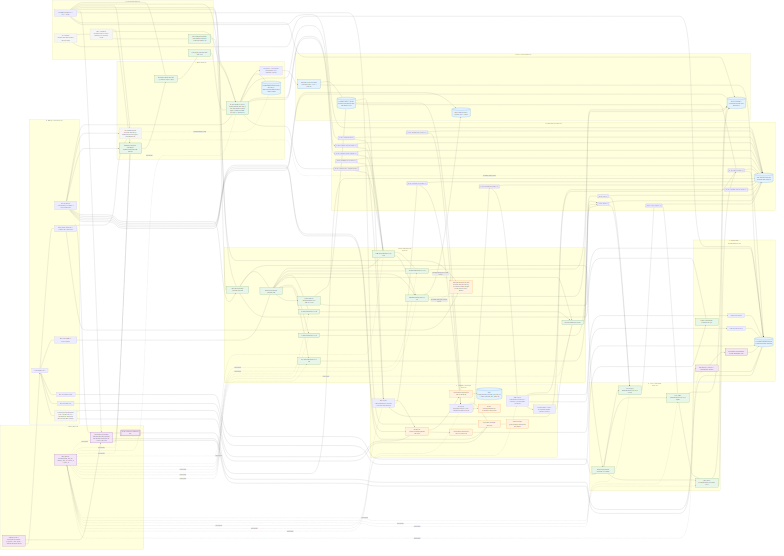
Above: docs/design/platform/dev_full/graph/dev_full_platform_network_current_v0.mermaid.png in EsosaOrumwese/fraud-detection-system (Mermaid), before the change. Its source is kept beside it as docs/design/platform/dev_full/graph/dev_full_platform_network_current_v0.mermaid.mmd.
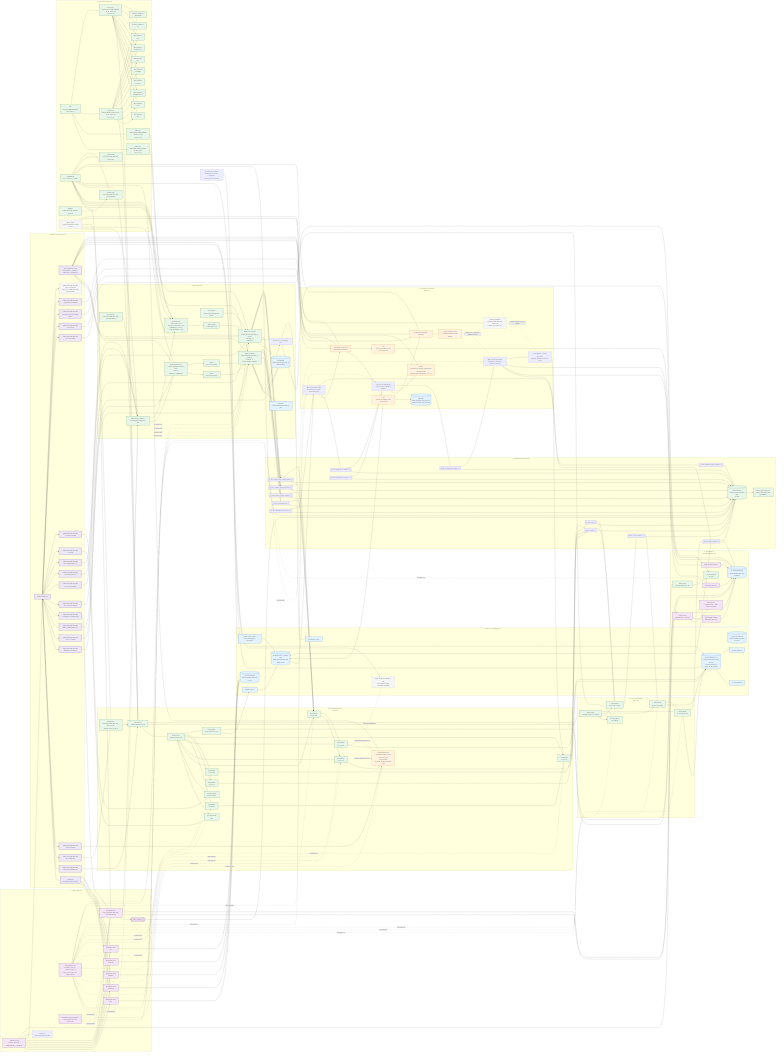
Later version of the same file.

Commit message:
Refine dev_full platform graphs and add new visualizations

What changed in the source:
```diff
@@ -5,27 +5,44 @@
 ---
 flowchart LR
 
+  EXT["External Data Engine<br>black-box upstream producer<br>feeds oracle-store only"]
+
   subgraph CONTROL["1. Control Network"]
-    CI["GitHub Actions + Terraform\nworkflow dispatch / infra apply / runtime materialization"]
-    SFN["Step Functions\nfraud-platform-dev-full-platform-run-v0\nrun orchestration + state transitions"]
-    CTRLTOPIC[["fp.bus.control.v1\ncontrol bus"]]
-    RUNID["Run identity pins\nplatform_run_id / scenario_run_id / phase_id / trace_id"]
+    GHA["GitHub Actions<br>workflow dispatch / bounded runs / teardown"]
+    TFCORE["Terraform stack<br>core"]
+    TFSTREAM["Terraform stack<br>streaming"]
+    TFRUNTIME["Terraform stack<br>runtime"]
+    TFDML["Terraform stack<br>data_ml"]
+    TFOPS["Terraform stack<br>ops"]
+    ECR["ECR repo<br>fraud-platform-dev-full"]
+    SFN["Step Functions<br>fraud-platform-dev-full-platform-run-v0"]
+    CTRLBUS[["fp.bus.control.v1"]]
+    RUNID["Run identity pins<br>platform_run_id / scenario_run_id<br>phase_id / trace_id / config_digest"]
+    RUNTIMEPATH["Runtime path governance<br>single active path per phase run"]
   end
 
   subgraph INGRESS["2. Ingress Network"]
-    WSP["WSP\nECS/Fargate ephemeral producer\ncurrent load injector"]
-    ALB["Internal ALB\nfp-dev-full-ig-svc\nlive ingress edge"]
-    IGSVC["IG Service\nECS service fraud-platform-dev-full-ig-service\ncurrent primary ingress runtime\n(idled: desired=0 / running=0)"]
-    IGLAMBDA["IG Lambda\nfraud-platform-dev-full-ig-handler\nretained ingress implementation"]
-    IGDDB[("DynamoDB\nfraud-platform-dev-full-ig-idempotency\nidempotency + admit ledger")]
-    IGRECEIPTS["IG receipts / quarantine refs\nobject-store evidence surfaces"]
+    WSPCLUSTER["ECS cluster<br>fraud-platform-dev-full-wsp-ephemeral"]
+    WSP["WSP replay producer<br>ECS/Fargate ephemeral task"]
+    HTTPAPI["HTTP API Gateway<br>fraud-platform-dev-full-ig-edge<br>stage v1<br>3000 rps / 6000 burst"]
+    APIR1["Route<br>POST /ingest/push"]
+    APIR2["Route<br>GET /ops/health"]
+    IGLAMBDA["Ingress Lambda<br>fraud-platform-dev-full-ig-handler<br>python3.12<br>Kafka-capable handler"]
+    IGSVC_CLUSTER["ECS cluster<br>fraud-platform-dev-full-ingress"]
+    ALB["Internal ALB<br>fp-dev-full-ig-svc<br>internal-fp-dev-full-ig-svc-1208840173.eu-west-2.elb.amazonaws.com"]
+    TG["Target group<br>fp-dev-full-ig-svc"]
+    IGSVC["Ingress ECS service<br>fraud-platform-dev-full-ig-service<br>task def :24<br>idled 0/0"]
+    IGDDB[("DynamoDB<br>fraud-platform-dev-full-ig-idempotency")]
+    IGDLQ["SQS DLQ<br>fraud-platform-dev-full-ig-dlq"]
+    IGRECEIPTS["IG receipts / quarantine refs"]
   end
 
   subgraph TRANSPORT["3. Event Transport Network"]
-    MSK[("MSK Serverless\nfraud-platform-dev-full-msk")]
+    MSK[("MSK Serverless<br>fraud-platform-dev-full-msk<br>ACTIVE")]
+    GLUEREG["Glue Schema Registry<br>fraud-platform-dev-full<br>BACKWARD"]
     TTRAFFIC[["fp.bus.traffic.fraud.v1"]]
-    TCTXEVENTS[["fp.bus.context.arrival_events.v1"]]
-    TCTXENT[["fp.bus.context.arrival_entities.v1"]]
+    TCTXE[["fp.bus.context.arrival_events.v1"]]
+    TCTXT[["fp.bus.context.arrival_entities.v1"]]
     TFLOW[["fp.bus.context.flow_anchor.fraud.v1"]]
     TRTDL[["fp.bus.rtdl.v1"]]
     TAUDIT[["fp.bus.audit.v1"]]
@@ -39,118 +56,190 @@
   end
 
   subgraph RTDL["4. Real-Time Decision Network"]
-    EKS["EKS cluster\nfraud-platform-dev-full"]
-    RTDLNS["Namespace\nfraud-platform-rtdl"]
-    CSFB["CSFB deployment\nfp-pr3-csfb"]
-    IEG["IEG deployment\nfp-pr3-ieg"]
-    OFP["OFP deployment\nfp-pr3-ofp"]
-    DL["DL deployment\nfp-pr3-dl"]
-    DF["DF deployment\nfp-pr3-df"]
-    AL["AL deployment\nfp-pr3-al"]
-    DLA["DLA deployment\nfp-pr3-dla"]
-    ARCHIVE["Archive Writer deployment\nfp-pr3-archive-writer"]
-    MSF["Managed Flink app\nfraud-platform-dev-full-rtdl-ieg-ofp-v0\nretained managed stream lane\n(status: READY)"]
+    EKS["EKS cluster<br>fraud-platform-dev-full"]
+    NG["Nodegroup<br>fraud-platform-dev-full-m6f-workers<br>idled min=0 desired=0"]
+    NSRTDL["Namespace<br>fraud-platform-rtdl"]
+    SARTDL["ServiceAccount<br>rtdl"]
+    SADEC["ServiceAccount<br>decision-lane"]
+    CSFB["Deployment<br>fp-pr3-csfb"]
+    IEG["Deployment<br>fp-pr3-ieg"]
+    OFP["Deployment<br>fp-pr3-ofp"]
+    DL["Deployment<br>fp-pr3-dl"]
+    DF["Deployment<br>fp-pr3-df"]
+    AL["Deployment<br>fp-pr3-al"]
+    DLA["Deployment<br>fp-pr3-dla"]
+    ARCHIVE["Deployment<br>fp-pr3-archive-writer"]
+    MSF["Managed Flink app<br>fraud-platform-dev-full-rtdl-ieg-ofp-v0<br>status READY<br>retained managed stream lane"]
   end
 
   subgraph CASELABEL["5. Case / Label Truth Network"]
-    CLNS["Namespace\nfraud-platform-case-labels"]
-    CASETRIG["Case Trigger deployment\nfp-pr3-case-trigger"]
-    CM["Case Mgmt deployment\nfp-pr3-case-mgmt"]
-    LS["Label Store deployment\nfp-pr3-label-store"]
+    NSCL["Namespace<br>fraud-platform-case-labels"]
+    SACL["ServiceAccount<br>case-labels"]
+    CASETRIG["Deployment<br>fp-pr3-case-trigger"]
+    CM["Deployment<br>fp-pr3-case-mgmt"]
+    LS["Deployment<br>fp-pr3-label-store"]
   end
 
   subgraph LEARN["6. Learning / Evolution Network"]
-    OFS["OFS logical component\ndataset build / replay materialization"]
-    MF["MF logical component\ntrain / eval / candidate bundle creation"]
-    MPR["MPR logical component\npromotion / rollback / active bundle resolution"]
-    DBX["Databricks workspace\nmanaged OFS substrate"]
-    DBXJOB1["Job\nfraud-platform-dev-full-ofs-build-v0"]
-    DBXJOB2["Job\nfraud-platform-dev-full-ofs-quality-v0"]
-    GLUE[("Glue Catalog\nfraud_platform_dev_full_ofs / fraud_platform_dev_full_m15")]
+    OFS["OFS logical component<br>dataset build / replay materialization"]
+    MF["MF logical component<br>train / eval / candidate bundle"]
+    MPR["MPR logical component<br>promotion / rollback / active resolution"]
+    DBX["Databricks workspace<br>managed OFS substrate"]
+    DBXBUILD["Job<br>fraud-platform-dev-full-ofs-build-v0"]
+    DBXQUAL["Job<br>fraud-platform-dev-full-ofs-quality-v0"]
+    GLUEDB[("Glue DBs<br>fraud_platform_dev_full_ofs<br>fraud_platform_dev_full_m15")]
     SM["SageMaker managed substrate"]
-    SMPKG["Model package group\nfraud-platform-dev-full-models"]
-    MLFLOW["MLflow tracking\nDatabricks-managed tracking URI"]
-    REGACTIVE["Active bundle / policy resolution\nruntime consume surface"]
+    SMPKG["Model package group<br>fraud-platform-dev-full-models"]
+    SMENDPT["Endpoint handle<br>fraud-platform-dev-full-online-v0<br>pinned, not active now"]
+    MLFLOW["MLflow<br>databricks-managed tracking URI<br>/Shared/fraud-platform/dev_full/mlflow_exp_v0"]
+    REGACTIVE["Active bundle / policy resolution<br>runtime-consumed registry truth"]
   end
 
   subgraph GOV["7. Governance / Provenance Network"]
-    OBSNS["Namespace\nfraud-platform-obs-gov"]
-    EVIDENCE[("S3 Evidence Bucket\nfraud-platform-dev-full-evidence")]
-    RUNCTL["Run control / receipts / conformance outputs"]
+    NSOBS["Namespace<br>fraud-platform-obs-gov"]
+    SAOBS["ServiceAccount<br>obs-gov"]
+    EVID[("S3 evidence bucket<br>fraud-platform-dev-full-evidence")]
+    RUNCTL["Run control<br>conformance / receipts"]
     PROMO["Promotion receipts"]
     ROLLBACK["Rollback drill receipts"]
-    GOVAPPEND["Governance append\nrun-scoped immutable facts"]
+    GOVAPPEND["Governance append<br>immutable run facts"]
+    REPORTS["Run reports<br>reconciliation / non-regression packs"]
   end
 
   subgraph IDENTITY["8. Identity / Trust Network"]
     OIDC["GitHub OIDC trust"]
-    SSM["SSM Parameter Store\nconfig + handles + service endpoints"]
-    ROLECTRL["Roles\nStep Functions / Lambda IG / Flink exec"]
-    ROLERTDL["IRSA roles\nRTDL + decision-lane"]
-    ROLECL["IRSA role\ncase-labels"]
-    ROLEOBS["IRSA role\nobs-gov"]
-    ROLELEARN["Learning roles\nSageMaker exec + Databricks cross-account\n(no dedicated EKS learning IRSA pinned)"]
+    SSM["SSM Parameter Store<br>service URLs / handles / endpoints / credentials"]
+    ROLETF["fraud-dev<br>Terraform apply identity"]
+    ROLEBASE["fraud-platform-dev-full-runtime-platform-base"]
+    ROLENODE["fraud-platform-dev-full-eks-nodegroup"]
+    ROLEFLINK["fraud-platform-dev-full-flink-execution"]
+    ROLELAMBDA["fraud-platform-dev-full-lambda-ig-execution"]
+    ROLEAPIGW["fraud-platform-dev-full-apigw-ig-invoke"]
+    ROLEDDB["fraud-platform-dev-full-ddb-ig-idempotency-rw"]
+    ROLESFN["fraud-platform-dev-full-stepfunctions-orchestrator"]
+    ROLEECSEXEC["fraud-platform-dev-full-ecs-ig-task-execution"]
+    ROLEECSRUNTIME["fraud-platform-dev-full-ecs-ig-task-runtime"]
+    ROLEWSPEXEC["fraud-platform-dev-full-ecs-task-exec-wsp"]
+    ROLEWSPRUN["fraud-platform-dev-full-ecs-task-runtime-wsp"]
+    ROLEIRSARTDL["fraud-platform-dev-full-irsa-rtdl"]
+    ROLEIRSADEC["fraud-platform-dev-full-irsa-decision-lane"]
+    ROLEIRSACL["fraud-platform-dev-full-irsa-case-labels"]
+    ROLEIRSAOBS["fraud-platform-dev-full-irsa-obs-gov"]
+    ROLEDBX["fraud-platform-dev-full-databricks-cross-account-access"]
+    ROLESM["fraud-platform-dev-full-sagemaker-execution"]
+    ROLEMWAA["fraud-platform-dev-full-mwaa-execution<br>role exists; MWAA env not materialized"]
   end
 
   subgraph STATE["9. State / Storage Network"]
-    OBJECTS[("S3 Object Store / Oracle Store\nfraud-platform-dev-full-object-store")]
-    AURORA[("Aurora Serverless v2\nfraud-platform-dev-full-aurora")]
-    REDIS[("Redis endpoint\nlow-latency state / cache")]
-    PLATFORMROOT["Platform store root\nrun-scoped artifacts / refs / archives"]
+    TFSTATE[("S3 tfstate bucket<br>fraud-platform-dev-full-tfstate")]
+    OBJ[("S3 object store / oracle store<br>fraud-platform-dev-full-object-store")]
+    ART[("S3 artifacts bucket<br>fraud-platform-dev-full-artifacts")]
+    ORACLE["oracle-store/ prefix<br>read-only runtime boundary"]
+    ARCHIVEPATH["archive/ prefix"]
+    QUARPATH["quarantine/ prefix"]
+    AURORA[("Aurora Serverless v2<br>fraud-platform-dev-full-aurora<br>aurora-postgresql<br>min 0.5 / max 4 ACU")]
+    AURW["writer endpoint"]
+    AURR["reader endpoint"]
+    REDISH["Redis endpoint handle in SSM<br>no live ElastiCache resource observed"]
   end
 
   subgraph OPS["10. Operational Network"]
-    CW["CloudWatch\nmetrics / logs / alarms"]
-    TG["ALB target group\nfp-dev-full-ig-svc"]
-    NODEGROUP["EKS nodegroup\nfraud-platform-dev-full-m6f-workers\n(idled to 0)"]
-    IDLE["Idle / teardown posture\nscale-to-zero / compute off when not active"]
-    COST["Cost control surfaces\nresidual spend + idle discipline"]
+    VPC["VPC<br>vpc-0e7f9d89e5d468c06<br>10.70.0.0/16"]
+    PUB1["public_01<br>subnet-08e1946cfe334701b<br>10.70.0.0/20<br>eu-west-2a"]
+    PUB2["public_02<br>subnet-0b2ca93fb063d5454<br>10.70.16.0/20<br>eu-west-2b"]
+    PRIV1["private_01<br>subnet-05eb1723a67aae130<br>10.70.128.0/20<br>eu-west-2a"]
+    PRIV2["private_02<br>subnet-01a14f74b3ee05cd2<br>10.70.144.0/20<br>eu-west-2b"]
+    VPCESTS["VPC endpoint<br>STS"]
+    VPCESSM["VPC endpoint<br>SSM"]
+    VPCELOGS["VPC endpoint<br>CloudWatch Logs"]
+    VPCEECRAPI["VPC endpoint<br>ECR API"]
+    VPCEECRDKR["VPC endpoint<br>ECR DKR"]
+    VPCEEC2["VPC endpoint<br>EC2"]
+    VPCEEXECAPI["VPC endpoint<br>execute-api"]
+    VPCESQS["VPC endpoint<br>SQS"]
+    VPCES3["Gateway endpoint<br>S3"]
+    VPCEDDB["Gateway endpoint<br>DynamoDB"]
+    CW["CloudWatch<br>logs / metrics / alarms"]
+    DASHOPS["Dashboard<br>fraud-platform-dev-full-operations"]
+    DASHCOST["Dashboard<br>fraud-platform-dev-full-cost-guardrail"]
+    BUDGET["Budget<br>fraud-platform-dev-full-monthly"]
+    IDLE["Idle posture<br>workload compute scaled to zero"]
   end
 
-  CI --> SFN
-  CI --> OIDC
-  SFN --> CTRLTOPIC
-  RUNID -. propagates .-> SFN
-  RUNID -. propagates .-> WSP
-  RUNID -. propagates .-> IGSVC
-  RUNID -. propagates .-> IGLAMBDA
-  RUNID -. propagates .-> CSFB
-  RUNID -. propagates .-> IEG
-  RUNID -. propagates .-> OFP
-  RUNID -. propagates .-> DL
-  RUNID -. propagates .-> DF
-  RUNID -. propagates .-> AL
-  RUNID -. propagates .-> DLA
-  RUNID -. propagates .-> CASETRIG
-  RUNID -. propagates .-> CM
-  RUNID -. propagates .-> LS
-  RUNID -. propagates .-> OFS
-  RUNID -. propagates .-> MF
-  RUNID -. propagates .-> MPR
-  RUNID -. propagates .-> RUNCTL
+  EXT --> ORACLE
 
+  GHA --> TFCORE
+  GHA --> TFSTREAM
+  GHA --> TFRUNTIME
+  GHA --> TFDML
+  GHA --> TFOPS
+  GHA --> SFN
+  GHA --> OIDC
+  GHA --> ECR
+  GHA --> RUNCTL
+  TFCORE --> TFSTATE
+  TFSTREAM --> TFSTATE
+  TFRUNTIME --> TFSTATE
+  TFDML --> TFSTATE
+  TFOPS --> TFSTATE
+  RUNID -. required pins .-> SFN
+  RUNID -. required pins .-> WSP
+  RUNID -. required pins .-> IGLAMBDA
+  RUNID -. required pins .-> IGSVC
+  RUNID -. required pins .-> CSFB
+  RUNID -. required pins .-> IEG
+  RUNID -. required pins .-> OFP
+  RUNID -. required pins .-> DL
+  RUNID -. required pins .-> DF
+  RUNID -. required pins .-> AL
+  RUNID -. required pins .-> DLA
+  RUNID -. required pins .-> CASETRIG
+  RUNID -. required pins .-> CM
+  RUNID -. required pins .-> LS
+  RUNID -. required pins .-> OFS
+  RUNID -. required pins .-> MF
+  RUNID -. required pins .-> MPR
+  RUNID -. required pins .-> REPORTS
+  RUNTIMEPATH -. selection rule .-> SFN
+  RUNTIMEPATH -. selection rule .-> IGLAMBDA
+  RUNTIMEPATH -. selection rule .-> IGSVC
+  RUNTIMEPATH -. selection rule .-> MSF
+  SFN --> CTRLBUS
   SFN --> RUNCTL
-  SFN --> EVIDENCE
+  SFN --> EVID
+  CTRLBUS --> MSK
   SFN --> WSP
+
+  WSPCLUSTER --> WSP
+  WSP --> HTTPAPI
   WSP --> ALB
+  HTTPAPI --> APIR1
+  HTTPAPI --> APIR2
+  APIR1 --> IGLAMBDA
+  APIR2 --> IGLAMBDA
   ALB --> TG
+  IGSVC_CLUSTER --> IGSVC
   TG --> IGSVC
-  IGLAMBDA -. retained ingress lane .-> IGDDB
-  IGLAMBDA -. retained ingress lane .-> MSK
+  IGLAMBDA --> IGDDB
+  IGLAMBDA --> IGDLQ
+  IGLAMBDA --> IGRECEIPTS
+  IGLAMBDA --> TTRAFFIC
+  IGLAMBDA --> TCTXE
+  IGLAMBDA --> TCTXT
+  IGLAMBDA --> TFLOW
   IGSVC --> IGDDB
   IGSVC --> IGRECEIPTS
-  IGRECEIPTS --> PLATFORMROOT
-  PLATFORMROOT --> OBJECTS
-  PLATFORMROOT --> EVIDENCE
+  IGSVC --> TTRAFFIC
+  IGSVC --> TCTXE
+  IGSVC --> TCTXT
+  IGSVC --> TFLOW
+  IGRECEIPTS --> EVID
+  IGRECEIPTS --> QUARPATH
 
-  IGSVC --> TTRAFFIC
-  IGSVC --> TCTXEVENTS
-  IGSVC --> TCTXENT
-  IGSVC --> TFLOW
-  CTRLTOPIC --> MSK
+  MSK --> GLUEREG
   TTRAFFIC --> MSK
-  TCTXEVENTS --> MSK
-  TCTXENT --> MSK
+  TCTXE --> MSK
+  TCTXT --> MSK
   TFLOW --> MSK
   TRTDL --> MSK
   TAUDIT --> MSK
@@ -162,41 +251,49 @@
   TMFEVT --> MSK
   TREG --> MSK
 
-  EKS --> RTDLNS
-  EKS --> CLNS
-  EKS --> OBSNS
-  NODEGROUP --> EKS
-  RTDLNS --> CSFB
-  RTDLNS --> IEG
-  RTDLNS --> OFP
-  RTDLNS --> DL
-  RTDLNS --> DF
-  RTDLNS --> AL
-  RTDLNS --> DLA
-  RTDLNS --> ARCHIVE
-  CLNS --> CASETRIG
-  CLNS --> CM
-  CLNS --> LS
-
+  VPC --> PUB1
+  VPC --> PUB2
+  VPC --> PRIV1
+  VPC --> PRIV2
+  PRIV1 --> EKS
+  PRIV2 --> EKS
+  NG --> EKS
+  EKS --> NSRTDL
+  NSRTDL --> SARTDL
+  NSRTDL --> SADEC
+  NSRTDL --> CSFB
+  NSRTDL --> IEG
+  NSRTDL --> OFP
+  NSRTDL --> DL
+  NSRTDL --> DF
+  NSRTDL --> AL
+  NSRTDL --> DLA
+  NSRTDL --> ARCHIVE
   TTRAFFIC --> CSFB
-  TCTXEVENTS --> CSFB
-  TCTXENT --> CSFB
+  TCTXE --> CSFB
+  TCTXT --> CSFB
   TFLOW --> CSFB
   CSFB --> IEG
   CSFB --> OFP
   IEG --> AURORA
-  OFP --> REDIS
   OFP --> AURORA
-  OFP -. retained managed stream parity .-> MSF
-  IEG -. retained managed stream parity .-> MSF
+  OFP -. endpoint handle only .-> REDISH
   DL --> DF
   DF --> TRTDL
   DF --> TAUDIT
   AL --> TAUDIT
   DLA --> TAUDIT
-  ARCHIVE --> OBJECTS
-  ARCHIVE --> EVIDENCE
+  ARCHIVE --> ARCHIVEPATH
+  ARCHIVEPATH --> OBJ
+  ARCHIVE --> EVID
+  IEG -. retained managed parity .-> MSF
+  OFP -. retained managed parity .-> MSF
 
+  EKS --> NSCL
+  NSCL --> SACL
+  NSCL --> CASETRIG
+  NSCL --> CM
+  NSCL --> LS
   TRTDL --> CASETRIG
   TAUDIT --> CASETRIG
   CASETRIG --> TCASE
@@ -205,18 +302,19 @@
   CM --> LS
   LS --> AURORA
   LS --> TLABELS
-  TLABELS --> OBJECTS
-  TLABELS --> EVIDENCE
+  TLABELS --> EVID
+  TLABELS --> OBJ
 
-  OBJECTS --> OFS
+  ORACLE --> OBJ
+  OBJ --> OFS
   TLABELS --> OFS
   TOFSREQ --> OFS
   OFS --> DBX
-  DBX --> DBXJOB1
-  DBX --> DBXJOB2
-  DBXJOB1 --> GLUE
-  DBXJOB1 --> OBJECTS
-  DBXJOB2 --> EVIDENCE
+  DBX --> DBXBUILD
+  DBX --> DBXQUAL
+  DBXBUILD --> GLUEDB
+  DBXBUILD --> OBJ
+  DBXQUAL --> EVID
   OFS --> TOFSEVT
   TOFSEVT --> MF
   TMFREQ --> MF
@@ -224,6 +322,8 @@
   MF --> MLFLOW
   MF --> TMFEVT
   SM --> SMPKG
+  SMPKG -. candidate / promoted bundle lineage .-> MPR
+  SMENDPT -. pinned runtime serving handle .-> REGACTIVE
   TMFEVT --> MPR
   MPR --> TREG
   MPR --> PROMO
@@ -231,57 +331,119 @@
   MPR --> REGACTIVE
   REGACTIVE --> DF
 
+  EKS --> NSOBS
+  NSOBS --> SAOBS
+  RUNCTL --> REPORTS
   RUNCTL --> GOVAPPEND
-  RUNCTL --> EVIDENCE
-  PROMO --> EVIDENCE
-  ROLLBACK --> EVIDENCE
-  GOVAPPEND --> EVIDENCE
+  RUNCTL --> EVID
+  PROMO --> EVID
+  ROLLBACK --> EVID
+  GOVAPPEND --> EVID
 
-  OIDC --> ROLECTRL
-  OIDC --> ROLERTDL
-  OIDC --> ROLECL
-  OIDC --> ROLEOBS
-  OIDC --> ROLELEARN
+  OIDC --> ROLETF
+  OIDC --> ROLEBASE
+  OIDC --> ROLENODE
+  OIDC --> ROLEFLINK
+  OIDC --> ROLELAMBDA
+  OIDC --> ROLEAPIGW
+  OIDC --> ROLEDDB
+  OIDC --> ROLESFN
+  OIDC --> ROLEECSEXEC
+  OIDC --> ROLEECSRUNTIME
+  OIDC --> ROLEWSPEXEC
+  OIDC --> ROLEWSPRUN
+  OIDC --> ROLEIRSARTDL
+  OIDC --> ROLEIRSADEC
+  OIDC --> ROLEIRSACL
+  OIDC --> ROLEIRSAOBS
+  OIDC --> ROLEDBX
+  OIDC --> ROLESM
+  OIDC --> ROLEMWAA
+
+  SSM --> HTTPAPI
+  SSM --> IGLAMBDA
   SSM --> IGSVC
-  SSM --> IGLAMBDA
-  SSM --> WSP
-  SSM --> EKS
+  SSM --> AURORA
+  SSM --> REDISH
   SSM --> DBX
+  SSM --> MLFLOW
   SSM --> SM
-  SSM --> REDIS
-  SSM --> AURORA
-  ROLECTRL --> SFN
-  ROLECTRL --> IGLAMBDA
-  ROLECTRL --> MSF
-  ROLERTDL --> RTDLNS
-  ROLECL --> CLNS
-  ROLEOBS --> OBSNS
-  ROLELEARN --> DBX
-  ROLELEARN --> SM
+  ROLETF --> TFCORE
+  ROLETF --> TFSTREAM
+  ROLETF --> TFRUNTIME
+  ROLETF --> TFDML
+  ROLETF --> TFOPS
+  ROLESFN --> SFN
+  ROLELAMBDA --> IGLAMBDA
+  ROLEAPIGW --> HTTPAPI
+  ROLEDDB --> IGDDB
+  ROLEECSEXEC --> IGSVC
+  ROLEECSRUNTIME --> IGSVC
+  ROLEWSPEXEC --> WSP
+  ROLEWSPRUN --> WSP
+  ROLEFLINK --> MSF
+  ROLENODE --> NG
+  ROLEBASE --> EKS
+  ROLEIRSARTDL --> SARTDL
+  ROLEIRSADEC --> SADEC
+  ROLEIRSACL --> SACL
+  ROLEIRSAOBS --> SAOBS
+  ROLEDBX --> DBX
+  ROLESM --> SM
 
+  PRIV1 --> VPCESTS
+  PRIV1 --> VPCESSM
+  PRIV1 --> VPCELOGS
+  PRIV1 --> VPCEECRAPI
+  PRIV1 --> VPCEECRDKR
+  PRIV1 --> VPCEEC2
+  PRIV1 --> VPCEEXECAPI
+  PRIV1 --> VPCESQS
+  PRIV1 --> VPCES3
+  PRIV1 --> VPCEDDB
+  PRIV2 --> VPCESTS
+  PRIV2 --> VPCESSM
+  PRIV2 --> VPCELOGS
+  PRIV2 --> VPCEECRAPI
+  PRIV2 --> VPCEECRDKR
+  PRIV2 --> VPCEEC2
+  PRIV2 --> VPCEEXECAPI
+  PRIV2 --> VPCESQS
+  PRIV2 --> VPCES3
+  PRIV2 --> VPCEDDB
+  PUB1 --> ALB
+  PUB2 --> ALB
+  AURORA --> AURW
+  AURORA --> AURR
+  CW --> SFN
+  CW --> HTTPAPI
+  CW --> IGLAMBDA
   CW --> ALB
   CW --> IGSVC
-  CW --> IGLAMBDA
   CW --> EKS
   CW --> MSF
-  CW --> SFN
-  CW --> SM
   CW --> AURORA
   CW --> MSK
+  CW --> SM
+  CW --> DASHOPS
+  CW --> DASHCOST
+  BUDGET --> DASHCOST
   IDLE --> WSP
   IDLE --> IGSVC
-  IDLE --> NODEGROUP
-  COST --> IDLE
-  COST --> EVIDENCE
+  IDLE --> NG
+  IDLE --> SMENDPT
+  IDLE --> DBX
 
-  classDef runtime fill:#e8f5e9,stroke:#2e7d32,color:#111,stroke-width:1.5px;
-  classDef store fill:#e3f2fd,stroke:#1565c0,color:#111,stroke-width:1.5px;
-  classDef managed fill:#fff3e0,stroke:#ef6c00,color:#111,stroke-width:1.5px;
-  classDef control fill:#f3e5f5,stroke:#6a1b9a,color:#111,stroke-width:1.5px;
+  classDef live fill:#e8f5e9,stroke:#2e7d32,color:#111,stroke-width:1.4px;
+  classDef store fill:#e3f2fd,stroke:#1565c0,color:#111,stroke-width:1.4px;
+  classDef managed fill:#fff3e0,stroke:#ef6c00,color:#111,stroke-width:1.4px;
+  classDef control fill:#f3e5f5,stroke:#6a1b9a,color:#111,stroke-width:1.4px;
   classDef retained fill:#f5f5f5,stroke:#616161,color:#111,stroke-dasharray: 5 3;
+  classDef infra fill:#ede7f6,stroke:#4527a0,color:#111,stroke-width:1.4px;
 
-  class CI,SFN,CTRLTOPIC,RUNID,RUNCTL,GOVAPPEND control;
-  class WSP,ALB,IGSVC,CSFB,IEG,OFP,DL,DF,AL,DLA,ARCHIVE,CASETRIG,CM,LS,EKS,RTDLNS,CLNS,OBSNS,TG,NODEGROUP runtime;
-  class IGDDB,MSK,OBJECTS,AURORA,REDIS,EVIDENCE,GLUE,PLATFORMROOT store;
-  class DBX,DBXJOB1,DBXJOB2,SM,SMPKG,MLFLOW,MSF managed;
-  class IGLAMBDA,ROLELEARN,IDLE,COST retained;
+  class GHA,TFCORE,TFSTREAM,TFRUNTIME,TFDML,TFOPS,SFN,CTRLBUS,RUNID,RUNTIMEPATH,RUNCTL,REPORTS,GOVAPPEND,PROMO,ROLLBACK control;
+  class WSPCLUSTER,WSP,HTTPAPI,APIR1,APIR2,IGLAMBDA,IGSVC_CLUSTER,ALB,TG,IGSVC,MSK,GLUEREG,EKS,NG,NSRTDL,SARTDL,SADEC,CSFB,IEG,OFP,DL,DF,AL,DLA,ARCHIVE,NSCL,SACL,CASETRIG,CM,LS,NSOBS,SAOBS,CW,DASHOPS,DASHCOST,BUDGET,VPCESTS,VPCESSM,VPCELOGS,VPCEECRAPI,VPCEECRDKR,VPCEEC2,VPCEEXECAPI,VPCESQS,VPCES3,VPCEDDB,VPC,PUB1,PUB2,PRIV1,PRIV2 live;
+  class IGDDB,IGDLQ,EVID,OBJ,ART,TFSTATE,AURORA,AURW,AURR,ORACLE,ARCHIVEPATH,QUARPATH,GLUEDB store;
+  class DBX,DBXBUILD,DBXQUAL,SM,SMPKG,MLFLOW,MSF managed;
+  class SMENDPT,ROLEMWAA,REDISH,IDLE retained;
+  class OIDC,SSM,ROLETF,ROLEBASE,ROLENODE,ROLEFLINK,ROLELAMBDA,ROLEAPIGW,ROLEDDB,ROLESFN,ROLEECSEXEC,ROLEECSRUNTIME,ROLEWSPEXEC,ROLEWSPRUN,ROLEIRSARTDL,ROLEIRSADEC,ROLEIRSACL,ROLEIRSAOBS,ROLEDBX,ROLESM infra;
```
